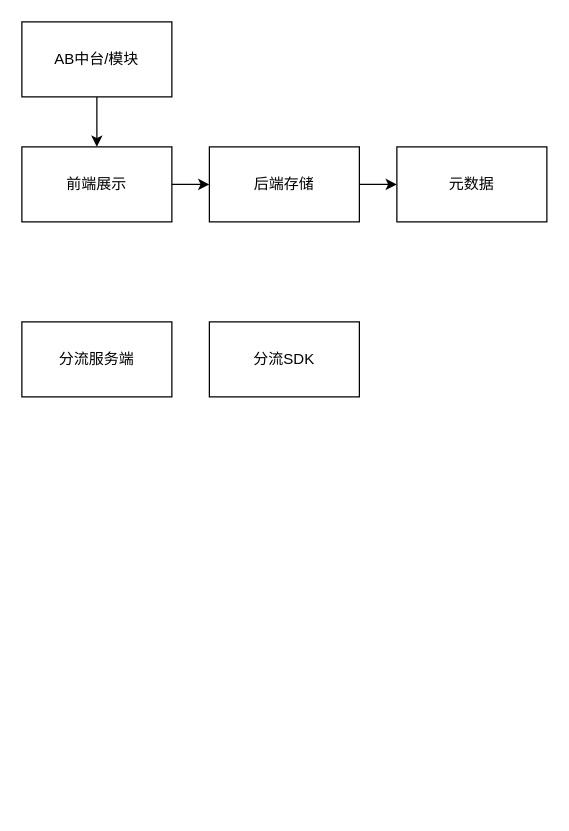
The draw.io diagram 推荐AB测试.drawio in skriser/pythonlearn, before the edit. Source tidied: cells renumbered, new cells numbered last; positions are measured from the earlier drawing's top-left corner, leaving out a move shared by most shapes. Both pictures are drawn from the tidied source at 125%, with x=0, y=0 at pixel (21, 21).
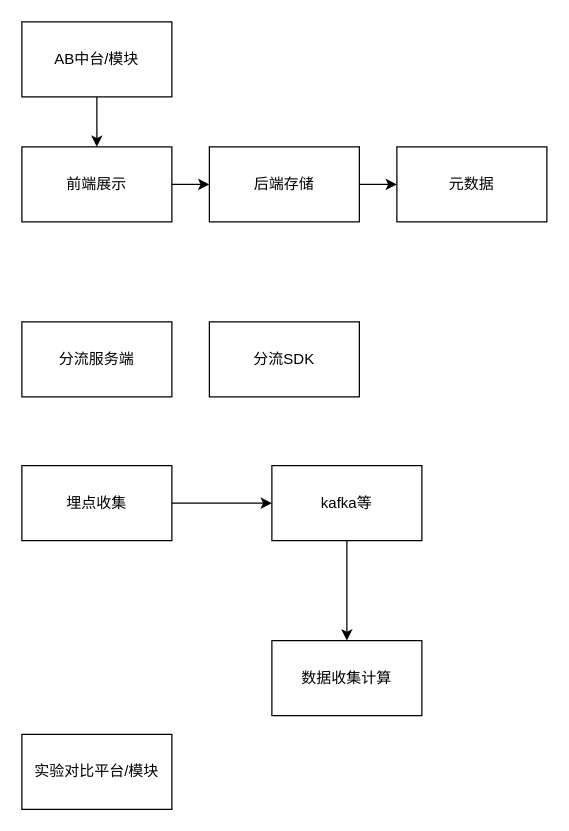
The same diagram, later.

Commit message (it also covers changes not shown here):
更新推荐AB测试.drawio

What changed in the source:
```diff
@@
 <mxGraphModel>
   <root>
     <mxCell id="0" />
     <mxCell id="1" parent="0" />
     <mxCell id="2" style="edgeStyle=orthogonalEdgeStyle;rounded=0;jettySize=auto;html=1;exitX=0.5;exitY=1;exitDx=0;exitDy=0;" parent="1" edge="1" source="3">
       <mxGeometry relative="1" as="geometry">
         <mxPoint x="60" y="100" as="targetPoint" />
       </mxGeometry>
     </mxCell>
     <mxCell id="3" value="AB中台/模块" style="rounded=0;whiteSpace=wrap;html=1;" parent="1" vertex="1">
       <mxGeometry width="120" height="60" as="geometry" />
     </mxCell>
     <mxCell id="4" style="edgeStyle=orthogonalEdgeStyle;rounded=0;jettySize=auto;html=1;exitX=1;exitY=0.5;exitDx=0;exitDy=0;entryX=0;entryY=0.5;entryDx=0;entryDy=0;" parent="1" edge="1" source="5" target="7">
       <mxGeometry relative="1" as="geometry" />
     </mxCell>
     <mxCell id="5" value="前端展示" style="rounded=0;whiteSpace=wrap;html=1;" parent="1" vertex="1">
       <mxGeometry y="100" width="120" height="60" as="geometry" />
     </mxCell>
     <mxCell id="6" style="edgeStyle=orthogonalEdgeStyle;rounded=0;jettySize=auto;html=1;exitX=1;exitY=0.5;exitDx=0;exitDy=0;" parent="1" edge="1" source="7">
       <mxGeometry relative="1" as="geometry">
         <mxPoint x="300" y="130" as="targetPoint" />
       </mxGeometry>
     </mxCell>
     <mxCell id="7" value="后端存储" style="rounded=0;whiteSpace=wrap;html=1;" parent="1" vertex="1">
       <mxGeometry x="150" y="100" width="120" height="60" as="geometry" />
     </mxCell>
     <mxCell id="8" value="元数据" style="rounded=0;whiteSpace=wrap;html=1;" parent="1" vertex="1">
       <mxGeometry x="300" y="100" width="120" height="60" as="geometry" />
     </mxCell>
     <mxCell id="9" value="分流服务端" style="rounded=0;whiteSpace=wrap;html=1;" parent="1" vertex="1">
       <mxGeometry y="240" width="120" height="60" as="geometry" />
     </mxCell>
     <mxCell id="10" value="分流SDK" style="rounded=0;whiteSpace=wrap;html=1;" parent="1" vertex="1">
       <mxGeometry x="150" y="240" width="120" height="60" as="geometry" />
     </mxCell>
+    <mxCell id="11" style="edgeStyle=orthogonalEdgeStyle;rounded=0;jettySize=auto;html=1;" parent="1" edge="1" source="12" target="14">
+      <mxGeometry relative="1" as="geometry" />
+    </mxCell>
+    <mxCell id="12" value="埋点收集" style="rounded=0;whiteSpace=wrap;html=1;" parent="1" vertex="1">
+      <mxGeometry y="355" width="120" height="60" as="geometry" />
+    </mxCell>
+    <mxCell id="13" style="edgeStyle=orthogonalEdgeStyle;rounded=0;jettySize=auto;html=1;" parent="1" edge="1" source="14" target="15">
+      <mxGeometry relative="1" as="geometry" />
+    </mxCell>
+    <mxCell id="14" value="kafka等" style="rounded=0;whiteSpace=wrap;html=1;" parent="1" vertex="1">
+      <mxGeometry x="200" y="355" width="120" height="60" as="geometry" />
+    </mxCell>
+    <mxCell id="15" value="数据收集计算" style="whiteSpace=wrap;html=1;rounded=0;" parent="1" vertex="1">
+      <mxGeometry x="200" y="495" width="120" height="60" as="geometry" />
+    </mxCell>
+    <mxCell id="16" value="实验对比平台/模块" style="whiteSpace=wrap;html=1;rounded=0;" parent="1" vertex="1">
+      <mxGeometry y="570" width="120" height="60" as="geometry" />
+    </mxCell>
   </root>
 </mxGraphModel>
```
